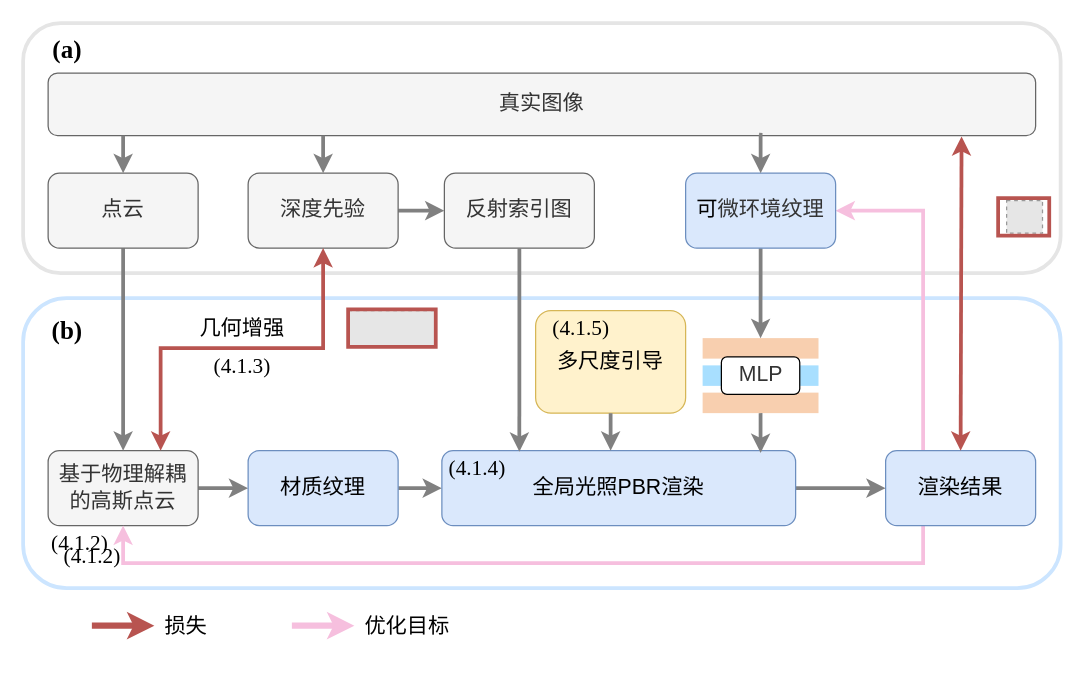
Earlier version of the draw.io diagram mid-term/总体框架（新）.drawio (thEu-suisei/draw_io). Source tidied: cells renumbered, new cells numbered last; positions are measured from the earlier drawing's top-left corner, leaving out a move shared by most shapes. Both pictures are drawn from the tidied source at 125%, with x=0, y=0 at pixel (22, 22). Pictures stored in the file or linked from it are replaced by grey dashed boxes.
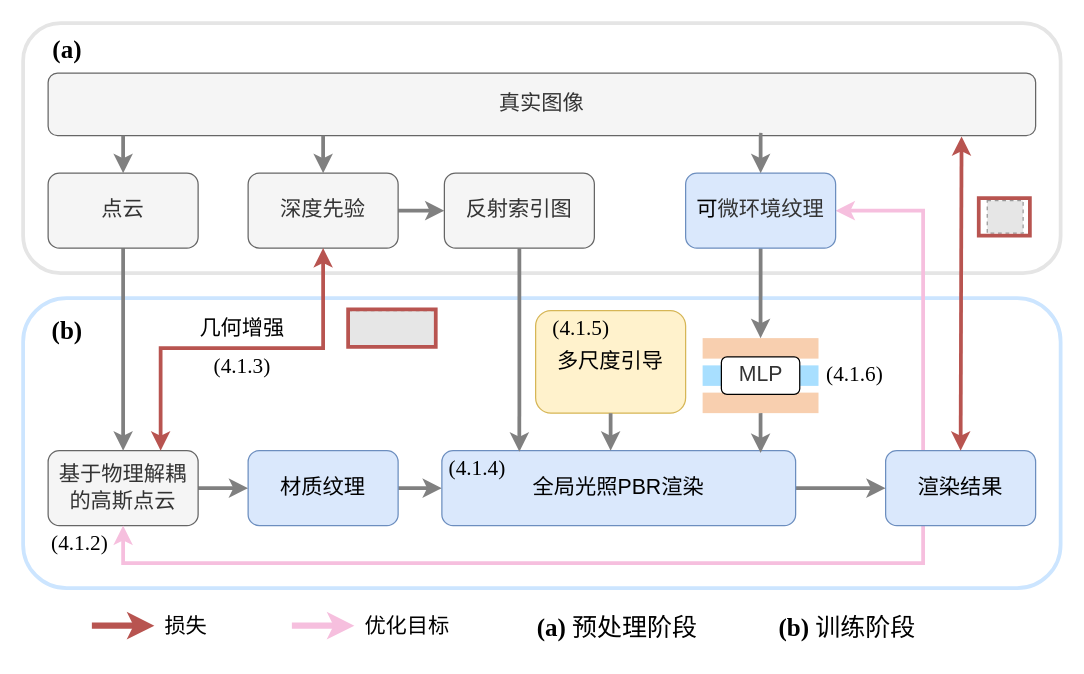
Above is the later version.

Commit message:
更新总体框架（新）.drawio

What changed in the source:
```diff
@@
     <mxCell id="32" style="group;" parent="1" vertex="1">
-      <mxGeometry x="780" y="140" width="45.5" height="30" as="geometry" />
+      <mxGeometry x="764.5" y="140" width="45.5" height="30" as="geometry" />
     </mxCell>
@@
-    <mxCell id="52" value="&lt;span style=&quot;font-family: &amp;quot;Times New Roman&amp;quot;;&quot;&gt;&lt;font style=&quot;font-size: 17px;&quot;&gt;(4.1.2)&lt;/font&gt;&lt;/span&gt;" style="text;html=1;align=center;verticalAlign=middle;strokeColor=none;fillColor=none;" parent="1" vertex="1">
-      <mxGeometry x="20" y="412" width="70" height="30" as="geometry" />
+    <mxCell id="52" value="&lt;span style=&quot;font-family: &amp;quot;Times New Roman&amp;quot;;&quot;&gt;&lt;font style=&quot;font-size: 17px;&quot;&gt;(4.1.6)&lt;/font&gt;&lt;/span&gt;" style="text;html=1;align=center;verticalAlign=middle;strokeColor=none;fillColor=none;" parent="1" vertex="1">
+      <mxGeometry x="630" y="267" width="70" height="30" as="geometry" />
     </mxCell>
+    <mxCell id="53" value="&lt;b style=&quot;font-family: &amp;quot;Times New Roman&amp;quot;; font-size: 20px;&quot;&gt;(a) &lt;/b&gt;&lt;span style=&quot;font-size: 20px;&quot;&gt;&lt;font face=&quot;Helvetica&quot;&gt;预处理阶段&lt;/font&gt;&lt;/span&gt;" style="text;html=1;align=center;verticalAlign=middle;strokeColor=none;fillColor=none;" parent="1" vertex="1">
+      <mxGeometry x="400" y="463" width="150" height="40" as="geometry" />
+    </mxCell>
+    <mxCell id="54" value="&lt;b style=&quot;font-family: &amp;quot;Times New Roman&amp;quot;; font-size: 20px;&quot;&gt;(b) &lt;/b&gt;&lt;span style=&quot;font-family: &amp;quot;Times New Roman&amp;quot;; font-size: 20px;&quot;&gt;训练阶段&lt;/span&gt;" style="text;html=1;align=center;verticalAlign=middle;strokeColor=none;fillColor=none;" parent="1" vertex="1">
+      <mxGeometry x="594" y="463" width="130" height="40" as="geometry" />
+    </mxCell>
```
